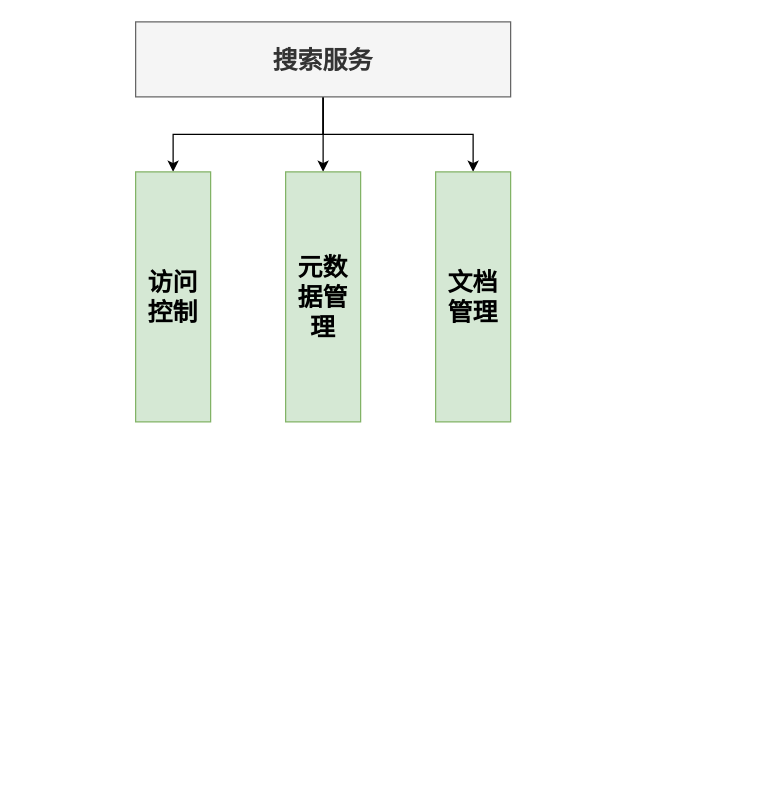
The draw.io diagram page "搜索功能图" (1 of 4) of ms-web-search/doc/search-overview.drawio in QQ1350995917/java-ms-template, before the edit. Source tidied: cells renumbered, new cells numbered last; positions are measured from the earlier drawing's top-left corner, leaving out a move shared by most shapes. Both pictures are drawn from the tidied source at 125%, with x=0, y=0 at pixel (135, 21).
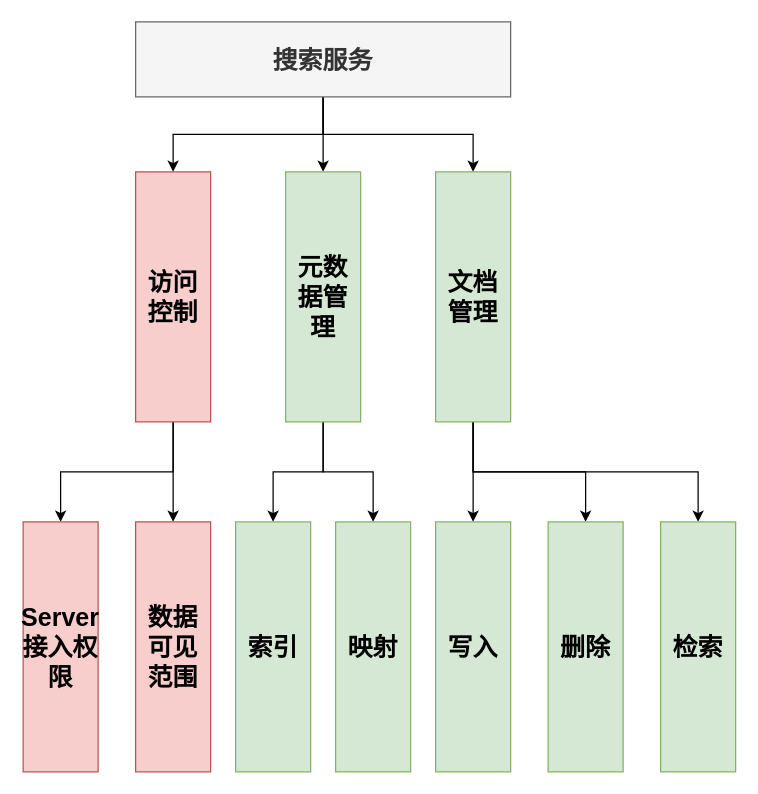
The same page after the edit.

Unchanged cells that the change refers to:
```xml
<mxCell id="6" value="文档管理" style="rounded=0;whiteSpace=wrap;html=1;fontStyle=1;fontSize=20;direction=south;fillColor=#d5e8d4;strokeColor=#82b366;" parent="1" vertex="1">
  <mxGeometry x="240" y="120" width="60" height="200" as="geometry" />
</mxCell>
<mxCell id="7" value="元数据管理" style="rounded=0;whiteSpace=wrap;html=1;fontStyle=1;fontSize=20;direction=south;fillColor=#d5e8d4;strokeColor=#82b366;" parent="1" vertex="1">
  <mxGeometry x="120" y="120" width="60" height="200" as="geometry" />
</mxCell>
```

The edit, as a diff of the source:
```diff
@@
+    <mxCell id="9" style="edgeStyle=orthogonalEdgeStyle;rounded=0;jettySize=auto;html=1;exitX=1;exitY=0.5;exitDx=0;exitDy=0;" parent="1" edge="1" source="6" target="14">
+      <mxGeometry relative="1" as="geometry" />
+    </mxCell>
+    <mxCell id="10" style="edgeStyle=orthogonalEdgeStyle;rounded=0;jettySize=auto;html=1;exitX=1;exitY=0.5;exitDx=0;exitDy=0;" parent="1" edge="1" source="6" target="13">
+      <mxGeometry relative="1" as="geometry" />
+    </mxCell>
+    <mxCell id="11" style="edgeStyle=orthogonalEdgeStyle;rounded=0;jettySize=auto;html=1;" parent="1" edge="1" source="6" target="12">
+      <mxGeometry relative="1" as="geometry" />
+    </mxCell>
@@
+    <mxCell id="12" value="写入" style="rounded=0;whiteSpace=wrap;html=1;fontStyle=1;fontSize=20;direction=south;fillColor=#d5e8d4;strokeColor=#82b366;" parent="1" vertex="1">
+      <mxGeometry x="240" y="400" width="60" height="200" as="geometry" />
+    </mxCell>
+    <mxCell id="13" value="删除" style="rounded=0;whiteSpace=wrap;html=1;fontStyle=1;fontSize=20;direction=south;fillColor=#d5e8d4;strokeColor=#82b366;" parent="1" vertex="1">
+      <mxGeometry x="330" y="400" width="60" height="200" as="geometry" />
+    </mxCell>
+    <mxCell id="14" value="检索" style="rounded=0;whiteSpace=wrap;html=1;fontStyle=1;fontSize=20;direction=south;fillColor=#d5e8d4;strokeColor=#82b366;" parent="1" vertex="1">
+      <mxGeometry x="420" y="400" width="60" height="200" as="geometry" />
+    </mxCell>
+    <mxCell id="15" style="edgeStyle=orthogonalEdgeStyle;rounded=0;jettySize=auto;html=1;" parent="1" edge="1" source="7" target="18">
+      <mxGeometry relative="1" as="geometry" />
+    </mxCell>
+    <mxCell id="16" style="edgeStyle=orthogonalEdgeStyle;rounded=0;jettySize=auto;html=1;" parent="1" edge="1" source="7" target="17">
+      <mxGeometry relative="1" as="geometry" />
+    </mxCell>
@@
+    <mxCell id="17" value="映射" style="rounded=0;whiteSpace=wrap;html=1;fontStyle=1;fontSize=20;direction=south;fillColor=#d5e8d4;strokeColor=#82b366;" parent="1" vertex="1">
+      <mxGeometry x="160" y="400" width="60" height="200" as="geometry" />
+    </mxCell>
+    <mxCell id="18" value="索引" style="rounded=0;whiteSpace=wrap;html=1;fontStyle=1;fontSize=20;direction=south;fillColor=#d5e8d4;strokeColor=#82b366;" parent="1" vertex="1">
+      <mxGeometry x="80" y="400" width="60" height="200" as="geometry" />
+    </mxCell>
+    <mxCell id="19" style="edgeStyle=orthogonalEdgeStyle;rounded=0;jettySize=auto;html=1;exitX=1;exitY=0.5;exitDx=0;exitDy=0;" parent="1" edge="1" source="8" target="22">
+      <mxGeometry relative="1" as="geometry" />
+    </mxCell>
+    <mxCell id="20" style="edgeStyle=orthogonalEdgeStyle;rounded=0;jettySize=auto;html=1;exitX=1;exitY=0.5;exitDx=0;exitDy=0;" parent="1" edge="1" source="8" target="21">
+      <mxGeometry relative="1" as="geometry" />
+    </mxCell>
-    <mxCell id="8" value="访问控制" style="rounded=0;whiteSpace=wrap;html=1;fontStyle=1;fontSize=20;direction=south;fillColor=#d5e8d4;strokeColor=#82b366;" parent="1" vertex="1">
+    <mxCell id="8" value="访问控制" style="rounded=0;whiteSpace=wrap;html=1;fontStyle=1;fontSize=20;direction=south;fillColor=#f8cecc;strokeColor=#b85450;" parent="1" vertex="1">
       <mxGeometry y="120" width="60" height="200" as="geometry" />
     </mxCell>
+    <mxCell id="21" value="数据可见范围" style="rounded=0;whiteSpace=wrap;html=1;fontStyle=1;fontSize=20;direction=south;fillColor=#f8cecc;strokeColor=#b85450;" parent="1" vertex="1">
+      <mxGeometry y="400" width="60" height="200" as="geometry" />
+    </mxCell>
+    <mxCell id="22" value="Server&lt;br&gt;接入权限" style="rounded=0;whiteSpace=wrap;html=1;fontStyle=1;fontSize=20;direction=south;fillColor=#f8cecc;strokeColor=#b85450;" parent="1" vertex="1">
+      <mxGeometry x="-90" y="400" width="60" height="200" as="geometry" />
+    </mxCell>
```
